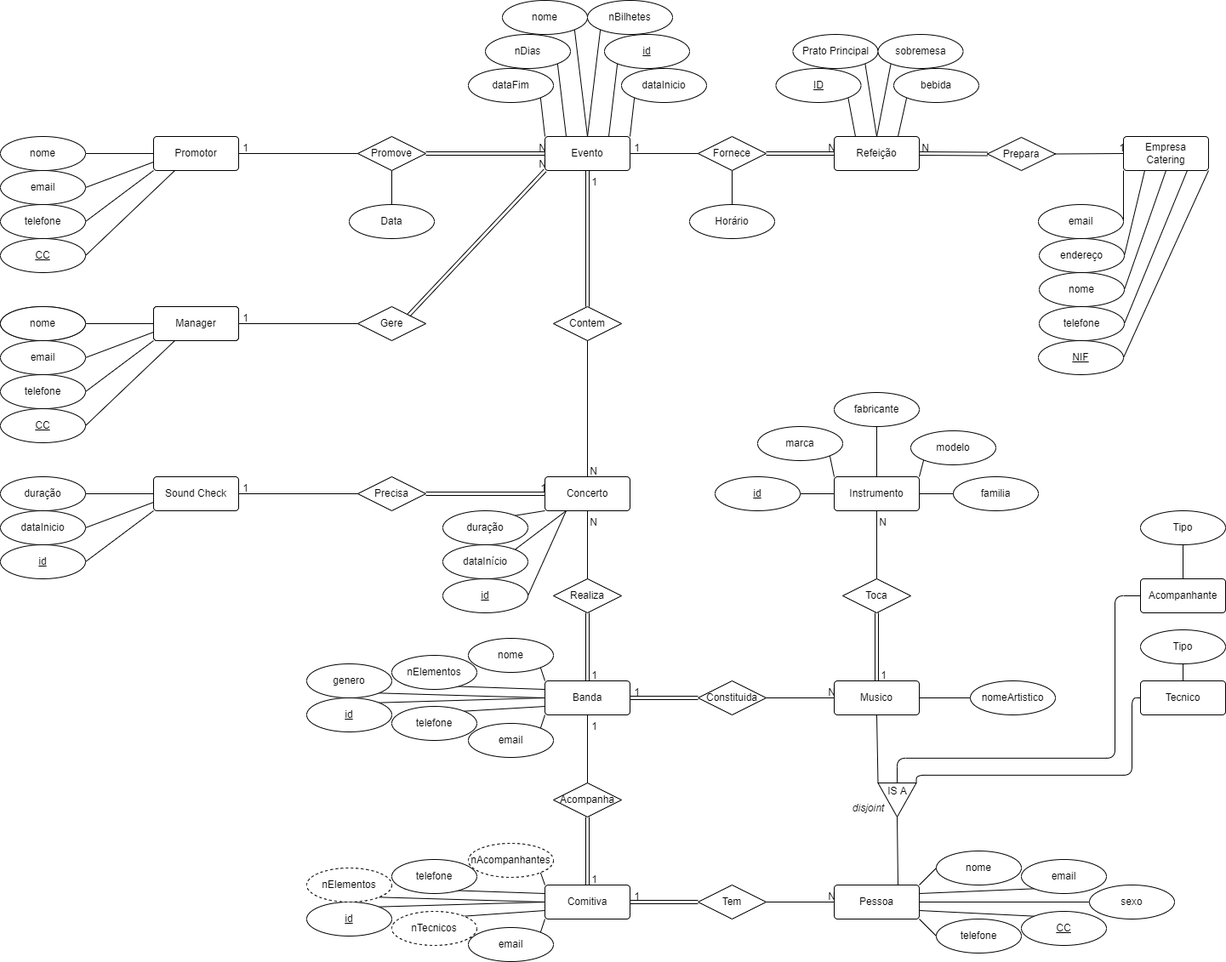
The draw.io diagram Projeto/DER.png in RafaelCurado/BD-1, before a commit. Source tidied: cells renumbered, new cells last; positions are measured from the earlier drawing's top-left corner, leaving out a move shared by most shapes.
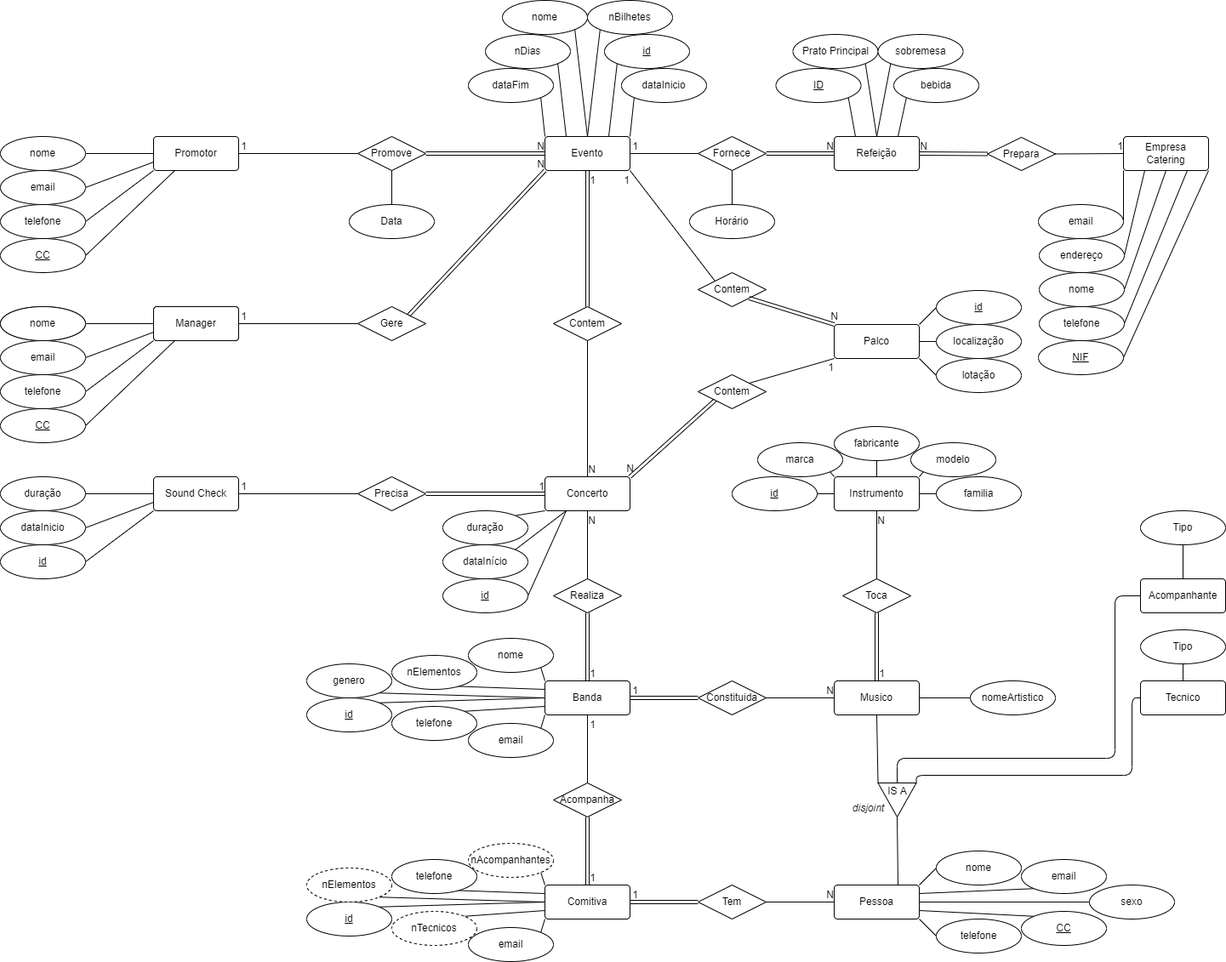
The same file after the commit.

What changed in the source:
```diff
@@ -484,31 +484,31 @@
       <mxGeometry relative="1" as="geometry" />
     </mxCell>
     <mxCell id="153" value="&lt;u&gt;id&lt;/u&gt;" style="ellipse;whiteSpace=wrap;html=1;align=center;" parent="1" vertex="1">
-      <mxGeometry x="840" y="560" width="100" height="40" as="geometry" />
+      <mxGeometry x="860" y="560" width="100" height="40" as="geometry" />
     </mxCell>
     <mxCell id="154" style="edgeStyle=none;rounded=0;jettySize=auto;html=1;exitX=0;exitY=0.5;exitDx=0;exitDy=0;entryX=1;entryY=0.5;entryDx=0;entryDy=0;endArrow=none;endFill=0;" parent="1" edge="1" source="155" target="144">
       <mxGeometry relative="1" as="geometry" />
     </mxCell>
     <mxCell id="155" value="familia" style="ellipse;whiteSpace=wrap;html=1;align=center;" parent="1" vertex="1">
-      <mxGeometry x="1120" y="560" width="100" height="40" as="geometry" />
+      <mxGeometry x="1100" y="560" width="100" height="40" as="geometry" />
     </mxCell>
     <mxCell id="156" style="edgeStyle=none;rounded=0;jettySize=auto;html=1;exitX=1;exitY=1;exitDx=0;exitDy=0;entryX=0;entryY=0;entryDx=0;entryDy=0;endArrow=none;endFill=0;" parent="1" edge="1" source="157" target="144">
       <mxGeometry relative="1" as="geometry" />
     </mxCell>
     <mxCell id="157" value="marca" style="ellipse;whiteSpace=wrap;html=1;align=center;" parent="1" vertex="1">
-      <mxGeometry x="890" y="501" width="100" height="40" as="geometry" />
+      <mxGeometry x="890" y="520" width="100" height="40" as="geometry" />
     </mxCell>
     <mxCell id="158" style="edgeStyle=none;rounded=0;jettySize=auto;html=1;exitX=0;exitY=1;exitDx=0;exitDy=0;entryX=1;entryY=0;entryDx=0;entryDy=0;endArrow=none;endFill=0;" parent="1" edge="1" source="159" target="144">
       <mxGeometry relative="1" as="geometry" />
     </mxCell>
     <mxCell id="159" value="modelo" style="ellipse;whiteSpace=wrap;html=1;align=center;" parent="1" vertex="1">
-      <mxGeometry x="1070" y="506" width="100" height="40" as="geometry" />
+      <mxGeometry x="1070" y="520" width="100" height="40" as="geometry" />
     </mxCell>
     <mxCell id="160" style="edgeStyle=none;rounded=0;jettySize=auto;html=1;exitX=0.5;exitY=1;exitDx=0;exitDy=0;entryX=0.5;entryY=0;entryDx=0;entryDy=0;endArrow=none;endFill=0;" parent="1" edge="1" source="161" target="144">
       <mxGeometry relative="1" as="geometry" />
     </mxCell>
     <mxCell id="161" value="fabricante" style="ellipse;whiteSpace=wrap;html=1;align=center;" parent="1" vertex="1">
-      <mxGeometry x="980" y="461" width="100" height="40" as="geometry" />
+      <mxGeometry x="980" y="501" width="100" height="40" as="geometry" />
     </mxCell>
     <mxCell id="162" value="nomeArtistico" style="ellipse;whiteSpace=wrap;html=1;align=center;" parent="1" vertex="1">
       <mxGeometry x="1140" y="800" width="100" height="40" as="geometry" />
@@ -614,5 +614,64 @@
     <mxCell id="191" value="sexo" style="ellipse;whiteSpace=wrap;html=1;align=center;" parent="1" vertex="1">
       <mxGeometry x="1280" y="1040" width="100" height="40" as="geometry" />
     </mxCell>
+    <mxCell id="192" style="rounded=0;jettySize=auto;html=1;exitX=1;exitY=0;exitDx=0;exitDy=0;entryX=0;entryY=0.5;entryDx=0;entryDy=0;startArrow=none;startFill=0;endArrow=none;endFill=0;" parent="1" edge="1" source="195" target="206">
+      <mxGeometry relative="1" as="geometry" />
+    </mxCell>
+    <mxCell id="193" style="edgeStyle=none;rounded=0;jettySize=auto;html=1;exitX=1;exitY=0.5;exitDx=0;exitDy=0;entryX=0;entryY=0.5;entryDx=0;entryDy=0;startArrow=none;startFill=0;endArrow=none;endFill=0;" parent="1" edge="1" source="195" target="207">
+      <mxGeometry relative="1" as="geometry" />
+    </mxCell>
+    <mxCell id="194" style="edgeStyle=none;rounded=0;jettySize=auto;html=1;exitX=1;exitY=1;exitDx=0;exitDy=0;entryX=0;entryY=0.5;entryDx=0;entryDy=0;startArrow=none;startFill=0;endArrow=none;endFill=0;" parent="1" edge="1" source="195" target="208">
+      <mxGeometry relative="1" as="geometry" />
+    </mxCell>
+    <mxCell id="195" value="Palco" style="rounded=1;arcSize=10;whiteSpace=wrap;html=1;align=center;" parent="1" vertex="1">
+      <mxGeometry x="980" y="381" width="100" height="40" as="geometry" />
+    </mxCell>
+    <mxCell id="196" value="Contem" style="shape=rhombus;perimeter=rhombusPerimeter;whiteSpace=wrap;html=1;align=center;" parent="1" vertex="1">
+      <mxGeometry x="820" y="320" width="80" height="40" as="geometry" />
+    </mxCell>
+    <mxCell id="197" value="Contem" style="shape=rhombus;perimeter=rhombusPerimeter;whiteSpace=wrap;html=1;align=center;" parent="1" vertex="1">
+      <mxGeometry x="820" y="440" width="80" height="40" as="geometry" />
+    </mxCell>
+    <mxCell id="198" style="endArrow=none;html=1;rounded=0;exitX=1;exitY=1;exitDx=0;exitDy=0;entryX=0;entryY=0;entryDx=0;entryDy=0;" parent="1" edge="1" source="3" target="196">
+      <mxGeometry relative="1" as="geometry" />
+    </mxCell>
+    <mxCell id="199" value="1" style="html=1;align=right;verticalAlign=bottom;" parent="198" vertex="1">
+      <mxGeometry x="1" relative="1" as="geometry">
+        <mxPoint x="-100" y="-110" as="offset" />
+      </mxGeometry>
+    </mxCell>
+    <mxCell id="200" style="shape=link;html=1;rounded=0;endArrow=none;endFill=0;exitX=1;exitY=1;exitDx=0;exitDy=0;entryX=0;entryY=0;entryDx=0;entryDy=0;" parent="1" edge="1" source="196" target="195">
+      <mxGeometry relative="1" as="geometry" />
+    </mxCell>
+    <mxCell id="201" value="N" style="html=1;align=right;verticalAlign=bottom;" parent="200" vertex="1">
+      <mxGeometry x="1" relative="1" as="geometry">
+        <mxPoint x="5" y="-1" as="offset" />
+      </mxGeometry>
+    </mxCell>
+    <mxCell id="202" style="endArrow=none;html=1;rounded=0;exitX=0;exitY=1;exitDx=0;exitDy=0;entryX=1;entryY=0;entryDx=0;entryDy=0;" parent="1" edge="1" source="195" target="197">
+      <mxGeometry relative="1" as="geometry" />
+    </mxCell>
+    <mxCell id="203" value="1" style="html=1;align=right;verticalAlign=bottom;" parent="202" vertex="1">
+      <mxGeometry x="1" relative="1" as="geometry">
+        <mxPoint x="100" y="-10" as="offset" />
+      </mxGeometry>
+    </mxCell>
+    <mxCell id="204" style="shape=link;html=1;rounded=0;endArrow=none;endFill=0;exitX=0;exitY=1;exitDx=0;exitDy=0;entryX=1;entryY=0;entryDx=0;entryDy=0;" parent="1" edge="1" source="197" target="44">
+      <mxGeometry relative="1" as="geometry" />
+    </mxCell>
+    <mxCell id="205" value="N" style="html=1;align=right;verticalAlign=bottom;" parent="204" vertex="1">
+      <mxGeometry x="1" relative="1" as="geometry">
+        <mxPoint x="5" y="-1" as="offset" />
+      </mxGeometry>
+    </mxCell>
+    <mxCell id="206" value="&lt;u&gt;id&lt;/u&gt;" style="ellipse;whiteSpace=wrap;html=1;align=center;" parent="1" vertex="1">
+      <mxGeometry x="1100" y="341" width="100" height="40" as="geometry" />
+    </mxCell>
+    <mxCell id="207" value="localização" style="ellipse;whiteSpace=wrap;html=1;align=center;" parent="1" vertex="1">
+      <mxGeometry x="1100" y="381" width="100" height="40" as="geometry" />
+    </mxCell>
+    <mxCell id="208" value="lotação" style="ellipse;whiteSpace=wrap;html=1;align=center;" parent="1" vertex="1">
+      <mxGeometry x="1100" y="421" width="100" height="40" as="geometry" />
+    </mxCell>
   </root>
 </mxGraphModel>
```
